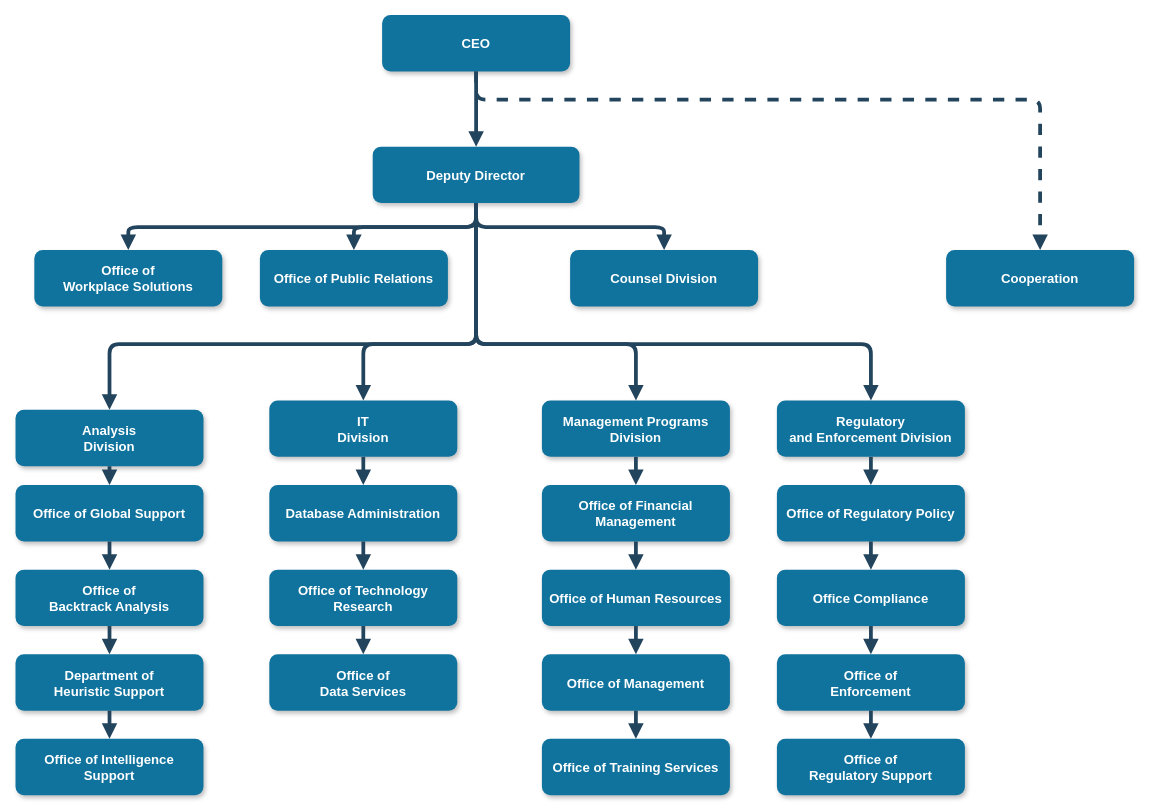
The draw.io diagram Untitled Diagram.drawio in FarnazJamali/Self-Study, before the edit. Source tidied: cells renumbered, new cells numbered last; positions are measured from the earlier drawing's top-left corner, leaving out a move shared by most shapes. Both pictures are drawn from the tidied source at 94%, with x=0, y=0 at pixel (15, 15).
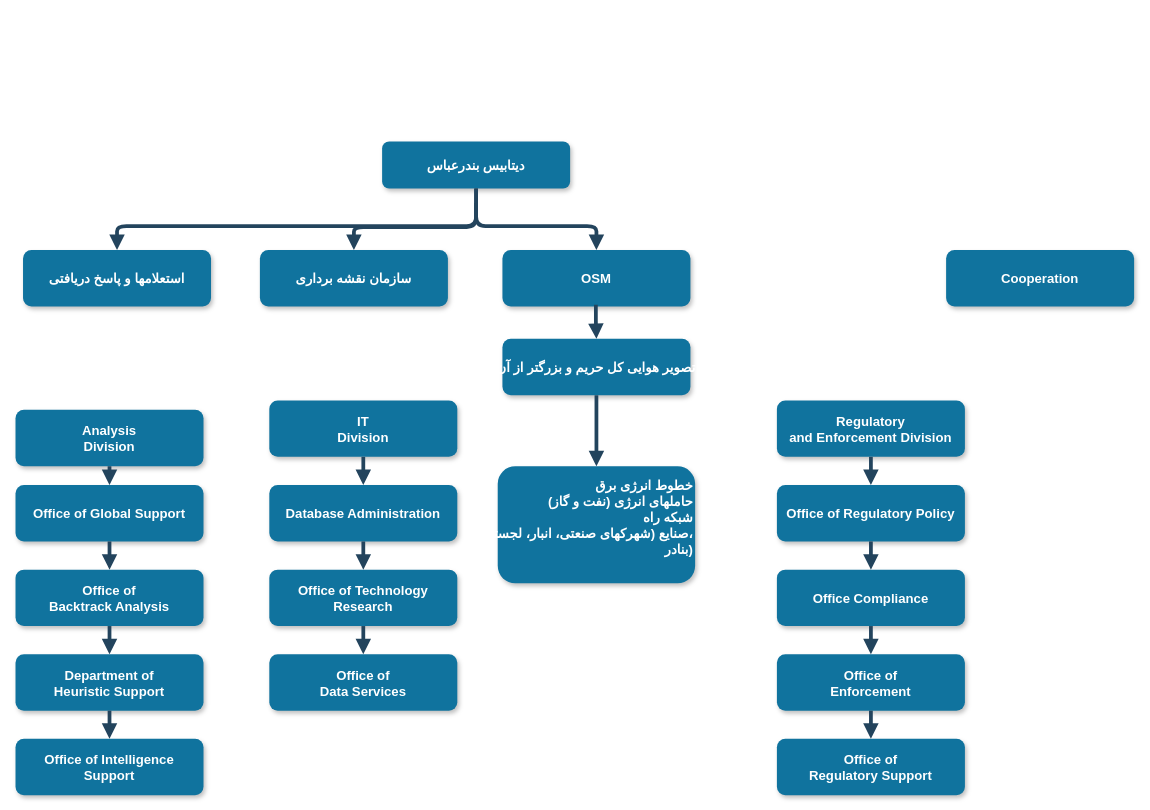
The same diagram, later.

Commit message:
different sources added

The change refers to these unchanged cells:
```xml
<mxCell id="7" value="Cooperation" style="rounded=1;fillColor=#10739E;strokeColor=none;shadow=1;gradientColor=none;fontStyle=1;fontColor=#FFFFFF;fontSize=14;" parent="1" vertex="1">
  <mxGeometry x="990" y="249.5" width="200" height="60" as="geometry" />
</mxCell>
<mxCell id="8" value="Analysis &#10;Division" style="rounded=1;fillColor=#10739E;strokeColor=none;shadow=1;gradientColor=none;fontStyle=1;fontColor=#FFFFFF;fontSize=14;" parent="1" vertex="1">
  <mxGeometry y="419.5" width="200" height="60" as="geometry" />
</mxCell>
<mxCell id="13" value="IT&#10;Division" style="rounded=1;fillColor=#10739E;strokeColor=none;shadow=1;gradientColor=none;fontStyle=1;fontColor=#FFFFFF;fontSize=14;" parent="1" vertex="1">
  <mxGeometry x="270" y="409.5" width="200" height="60" as="geometry" />
</mxCell>
<mxCell id="22" value="Regulatory &#10;and Enforcement Division" style="rounded=1;fillColor=#10739E;strokeColor=none;shadow=1;gradientColor=none;fontStyle=1;fontColor=#FFFFFF;fontSize=14;" parent="1" vertex="1">
  <mxGeometry x="810" y="409.5" width="200" height="60" as="geometry" />
</mxCell>
```

Diff of the diagram source:
```diff
@@
-    <mxCell id="2" value="CEO" style="rounded=1;fillColor=#10739E;strokeColor=none;shadow=1;gradientColor=none;fontStyle=1;fontColor=#FFFFFF;fontSize=14;" parent="1" vertex="1">
-      <mxGeometry x="390" y="-0.5" width="200" height="60" as="geometry" />
+    <mxCell id="2" value="دیتابیس بندرعباس" style="rounded=1;fillColor=#10739E;strokeColor=none;shadow=1;gradientColor=none;fontStyle=1;fontColor=#FFFFFF;fontSize=14;fontFamily=Garamond;" parent="1" vertex="1">
+      <mxGeometry x="390" y="134" width="200" height="50" as="geometry" />
     </mxCell>
-    <mxCell id="3" value="Deputy Director" style="rounded=1;fillColor=#10739E;strokeColor=none;shadow=1;gradientColor=none;fontStyle=1;fontColor=#FFFFFF;fontSize=14;" parent="1" vertex="1">
-      <mxGeometry x="380" y="139.5" width="220" height="60" as="geometry" />
-    </mxCell>
-    <mxCell id="4" value="Office of &#10;Workplace Solutions" style="rounded=1;fillColor=#10739E;strokeColor=none;shadow=1;gradientColor=none;fontStyle=1;fontColor=#FFFFFF;fontSize=14;" parent="1" vertex="1">
-      <mxGeometry x="20" y="249.5" width="200" height="60" as="geometry" />
-    </mxCell>
-    <mxCell id="5" value="Office of Public Relations" style="rounded=1;fillColor=#10739E;strokeColor=none;shadow=1;gradientColor=none;fontStyle=1;fontColor=#FFFFFF;fontSize=14;" parent="1" vertex="1">
+    <mxCell id="5" value="سازمان نقشه برداری" style="rounded=1;fillColor=#10739E;strokeColor=none;shadow=1;gradientColor=none;fontStyle=1;fontColor=#FFFFFF;fontSize=14;" parent="1" vertex="1">
       <mxGeometry x="260" y="249.5" width="200" height="60" as="geometry" />
     </mxCell>
-    <mxCell id="6" value="Counsel Division" style="rounded=1;fillColor=#10739E;strokeColor=none;shadow=1;gradientColor=none;fontStyle=1;fontColor=#FFFFFF;fontSize=14;" parent="1" vertex="1">
-      <mxGeometry x="590" y="249.5" width="200" height="60" as="geometry" />
+    <mxCell id="6" value="OSM" style="rounded=1;fillColor=#10739E;strokeColor=none;shadow=1;gradientColor=none;fontStyle=1;fontColor=#FFFFFF;fontSize=14;" parent="1" vertex="1">
+      <mxGeometry x="518" y="249.5" width="200" height="60" as="geometry" />
     </mxCell>
@@
-    <mxCell id="17" value="Management Programs &#10;Division" style="rounded=1;fillColor=#10739E;strokeColor=none;shadow=1;gradientColor=none;fontStyle=1;fontColor=#FFFFFF;fontSize=14;" parent="1" vertex="1">
-      <mxGeometry x="560" y="409.5" width="200" height="60" as="geometry" />
+    <mxCell id="17" value="تصویر هوایی کل حریم و بزرگتر از آن" style="rounded=1;fillColor=#10739E;strokeColor=none;shadow=1;gradientColor=none;fontStyle=1;fontColor=#FFFFFF;fontSize=14;" parent="1" vertex="1">
+      <mxGeometry x="518" y="344" width="200" height="60" as="geometry" />
     </mxCell>
-    <mxCell id="18" value="Office of Financial &#10;Management" style="rounded=1;fillColor=#10739E;strokeColor=none;shadow=1;gradientColor=none;fontStyle=1;fontColor=#FFFFFF;fontSize=14;" parent="1" vertex="1">
-      <mxGeometry x="560" y="499.5" width="200" height="60" as="geometry" />
+    <mxCell id="18" value="خطوط انرژی برق&#10;حاملهای انرژی (نفت و گاز)&#10;شبکه راه&#10;صنایع (شهرکهای صنعتی، انبار، لجستیک،&#10; بنادر)&#10;" style="rounded=1;fillColor=#10739E;strokeColor=none;shadow=1;gradientColor=none;fontStyle=1;fontColor=#FFFFFF;fontSize=14;align=right;" parent="1" vertex="1">
+      <mxGeometry x="513" y="479.5" width="210" height="124.5" as="geometry" />
     </mxCell>
-    <mxCell id="19" value="Office of Human Resources" style="rounded=1;fillColor=#10739E;strokeColor=none;shadow=1;gradientColor=none;fontStyle=1;fontColor=#FFFFFF;fontSize=14;" parent="1" vertex="1">
-      <mxGeometry x="560" y="589.5" width="200" height="60" as="geometry" />
-    </mxCell>
-    <mxCell id="20" value="Office of Management " style="rounded=1;fillColor=#10739E;strokeColor=none;shadow=1;gradientColor=none;fontStyle=1;fontColor=#FFFFFF;fontSize=14;" parent="1" vertex="1">
-      <mxGeometry x="560" y="679.5" width="200" height="60" as="geometry" />
-    </mxCell>
-    <mxCell id="21" value="Office of Training Services" style="rounded=1;fillColor=#10739E;strokeColor=none;shadow=1;gradientColor=none;fontStyle=1;fontColor=#FFFFFF;fontSize=14;" parent="1" vertex="1">
-      <mxGeometry x="560" y="769.5" width="200" height="60" as="geometry" />
-    </mxCell>
@@
-    <mxCell id="27" style="edgeStyle=elbowEdgeStyle;elbow=vertical;strokeWidth=4;endArrow=block;endFill=1;fontStyle=1;strokeColor=#23445D;" parent="1" edge="1" source="2" target="3">
-      <mxGeometry x="22" y="165.5" as="geometry" />
-    </mxCell>
-    <mxCell id="28" style="edgeStyle=elbowEdgeStyle;elbow=vertical;strokeWidth=4;endArrow=block;endFill=1;fontStyle=1;strokeColor=#23445D;" parent="1" edge="1" source="3" target="5">
-      <mxGeometry x="22" y="165.5" as="geometry" />
+    <mxCell id="28" style="edgeStyle=elbowEdgeStyle;elbow=vertical;strokeWidth=4;endArrow=block;endFill=1;fontStyle=1;strokeColor=#23445D;" parent="1" edge="1" target="5">
+      <mxGeometry x="22" y="165.5" as="geometry">
+        <mxPoint x="490" y="199.5" as="sourcePoint" />
+      </mxGeometry>
     </mxCell>
-    <mxCell id="29" style="edgeStyle=elbowEdgeStyle;elbow=vertical;strokeWidth=4;endArrow=block;endFill=1;fontStyle=1;strokeColor=#23445D;" parent="1" edge="1" source="3" target="4">
-      <mxGeometry x="22" y="165.5" as="geometry" />
-    </mxCell>
-    <mxCell id="30" style="edgeStyle=elbowEdgeStyle;elbow=vertical;strokeWidth=4;endArrow=block;endFill=1;fontStyle=1;strokeColor=#23445D;" parent="1" edge="1" source="3" target="6">
-      <mxGeometry x="22" y="165.5" as="geometry" />
-    </mxCell>
-    <mxCell id="31" style="edgeStyle=elbowEdgeStyle;elbow=vertical;strokeWidth=4;endArrow=block;endFill=1;fontStyle=1;dashed=1;strokeColor=#23445D;" parent="1" edge="1" source="2" target="7">
-      <mxGeometry x="22" y="165.5" as="geometry">
-        <Array as="points">
-          <mxPoint x="780" y="89.5" />
-        </Array>
-      </mxGeometry>
-    </mxCell>
-    <mxCell id="32" style="edgeStyle=elbowEdgeStyle;elbow=vertical;strokeWidth=4;endArrow=block;endFill=1;fontStyle=1;strokeColor=#23445D;" parent="1" edge="1" source="3" target="8">
-      <mxGeometry x="22" y="165.5" as="geometry">
-        <Array as="points">
-          <mxPoint x="270" y="349.5" />
-        </Array>
-      </mxGeometry>
-    </mxCell>
-    <mxCell id="33" style="edgeStyle=elbowEdgeStyle;elbow=vertical;strokeWidth=4;endArrow=block;endFill=1;fontStyle=1;strokeColor=#23445D;" parent="1" edge="1" source="3" target="22">
-      <mxGeometry x="22" y="165.5" as="geometry">
-        <Array as="points">
-          <mxPoint x="690" y="349.5" />
-        </Array>
-      </mxGeometry>
-    </mxCell>
@@
-    <mxCell id="42" style="edgeStyle=elbowEdgeStyle;elbow=vertical;strokeWidth=4;endArrow=block;endFill=1;fontStyle=1;strokeColor=#23445D;" parent="1" edge="1" source="18" target="19">
-      <mxGeometry x="72" y="175.5" as="geometry" />
-    </mxCell>
-    <mxCell id="43" style="edgeStyle=elbowEdgeStyle;elbow=vertical;strokeWidth=4;endArrow=block;endFill=1;fontStyle=1;strokeColor=#23445D;" parent="1" edge="1" source="19" target="20">
-      <mxGeometry x="72" y="185.5" as="geometry" />
-    </mxCell>
-    <mxCell id="44" style="edgeStyle=elbowEdgeStyle;elbow=vertical;strokeWidth=4;endArrow=block;endFill=1;fontStyle=1;strokeColor=#23445D;" parent="1" edge="1" source="20" target="21">
-      <mxGeometry x="72" y="195.5" as="geometry" />
-    </mxCell>
@@
-    <mxCell id="49" style="edgeStyle=elbowEdgeStyle;elbow=vertical;strokeWidth=4;endArrow=block;endFill=1;fontStyle=1;strokeColor=#23445D;" parent="1" edge="1" source="3" target="13">
-      <mxGeometry x="22" y="165.5" as="geometry">
-        <Array as="points">
-          <mxPoint x="370" y="349.5" />
-        </Array>
-      </mxGeometry>
-    </mxCell>
-    <mxCell id="50" style="edgeStyle=elbowEdgeStyle;elbow=vertical;strokeWidth=4;endArrow=block;endFill=1;fontStyle=1;strokeColor=#23445D;" parent="1" edge="1" source="3" target="17">
+    <mxCell id="50" style="edgeStyle=orthogonalEdgeStyle;elbow=vertical;strokeWidth=4;endArrow=block;endFill=1;fontStyle=1;strokeColor=#23445D;exitX=0.5;exitY=1;exitDx=0;exitDy=0;" parent="1" edge="1" source="2" target="6">
       <mxGeometry x="22" y="165.5" as="geometry">
         <Array as="points">
-          <mxPoint x="660" y="349.5" />
+          <mxPoint x="490" y="224" />
+          <mxPoint x="618" y="224" />
         </Array>
       </mxGeometry>
     </mxCell>
+    <mxCell id="51" style="edgeStyle=elbowEdgeStyle;elbow=vertical;strokeWidth=4;endArrow=block;endFill=1;fontStyle=1;strokeColor=#23445D;entryX=0.5;entryY=0;entryDx=0;entryDy=0;exitX=0.497;exitY=0.972;exitDx=0;exitDy=0;exitPerimeter=0;" parent="1" edge="1" source="6" target="17">
+      <mxGeometry x="72" y="165.5" as="geometry" />
+    </mxCell>
+    <mxCell id="52" value="استعلامها و پاسخ دریافتی" style="rounded=1;fillColor=#10739E;strokeColor=none;shadow=1;gradientColor=none;fontStyle=1;fontColor=#FFFFFF;fontSize=14;" parent="1" vertex="1">
+      <mxGeometry x="8" y="249.5" width="200" height="60" as="geometry" />
+    </mxCell>
+    <mxCell id="53" style="edgeStyle=elbowEdgeStyle;elbow=vertical;strokeWidth=4;endArrow=block;endFill=1;fontStyle=1;strokeColor=#23445D;exitX=0.5;exitY=1;exitDx=0;exitDy=0;entryX=0.5;entryY=0;entryDx=0;entryDy=0;" parent="1" edge="1" source="2" target="52">
+      <mxGeometry x="22" y="165.5" as="geometry">
+        <Array as="points">
+          <mxPoint x="288" y="224" />
+        </Array>
+      </mxGeometry>
+    </mxCell>
```
